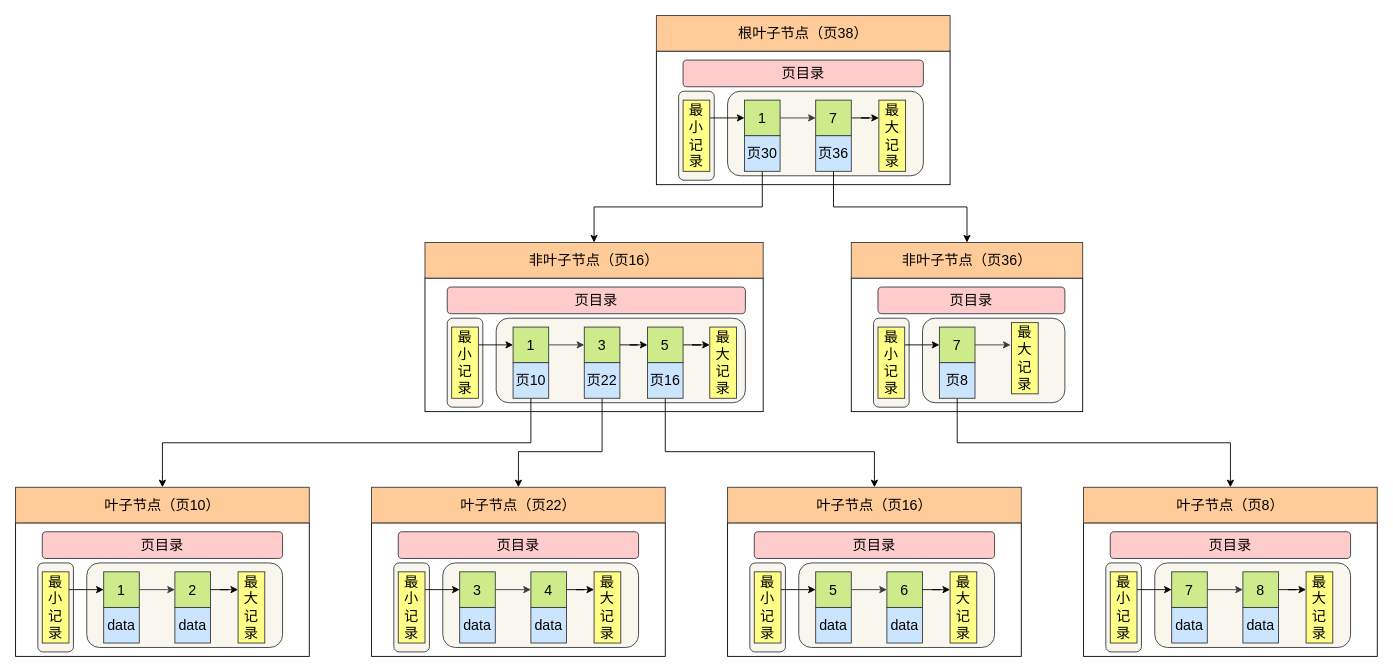
Above: mysql/索引/b+树.drawio in xiaolincoder/ImageHost4 (draw.io), before the change. Source tidied: cells renumbered, new cells numbered last; positions are measured from the earlier drawing's top-left corner, leaving out a move shared by most shapes. Both pictures are drawn from the tidied source at 89%, with x=0, y=0 at pixel (15, 15).
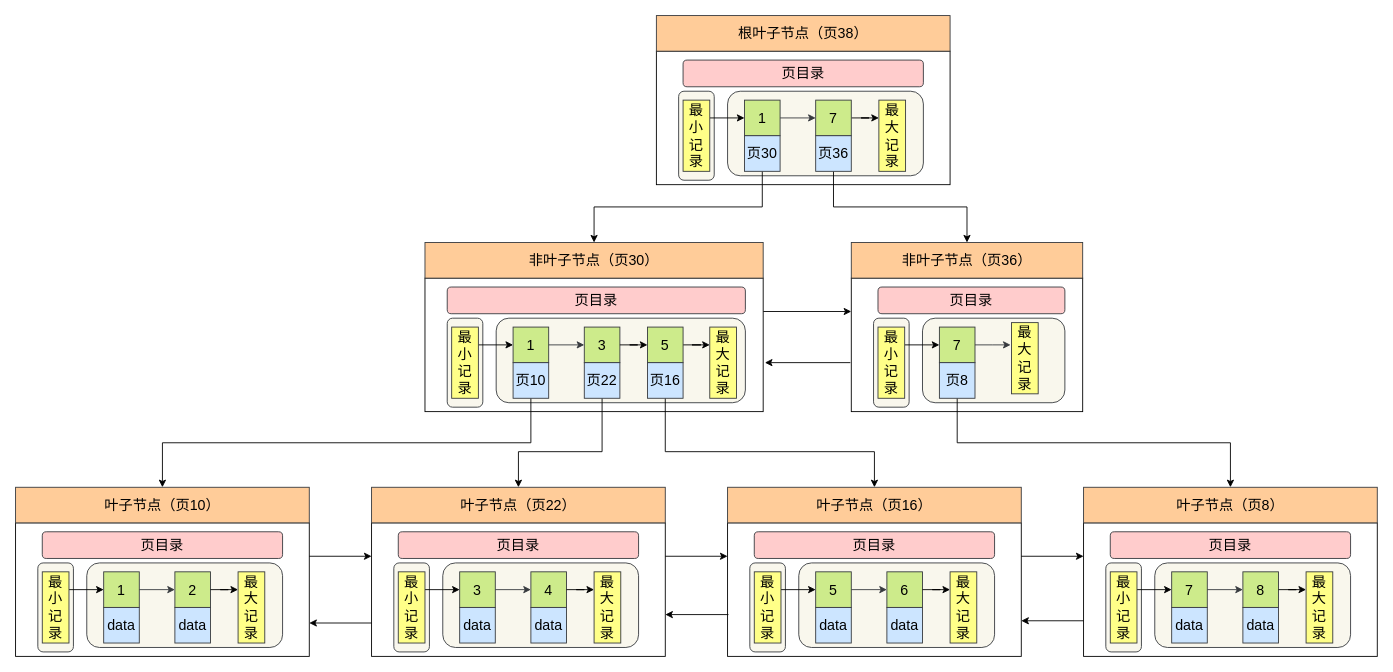
After the change.

Unchanged cells that the change refers to:
```xml
<mxCell id="18" style="rounded=0;whiteSpace=wrap;html=1;fontSize=16;" parent="1" vertex="1">
  <mxGeometry x="939" y="295" width="260" height="150" as="geometry" />
</mxCell>
<mxCell id="30" style="rounded=0;whiteSpace=wrap;html=1;fontSize=16;" parent="1" vertex="1">
  <mxGeometry x="460" y="295" width="380" height="150" as="geometry" />
</mxCell>
<mxCell id="50" style="group;" parent="1" vertex="1">
  <mxGeometry y="530" width="1530" height="190" as="geometry" />
</mxCell>
<mxCell id="52" style="rounded=0;whiteSpace=wrap;html=1;fontSize=16;" parent="51" vertex="1">
  <mxGeometry y="40" width="330" height="150" as="geometry" />
</mxCell>
<mxCell id="67" style="rounded=0;whiteSpace=wrap;html=1;fontSize=16;" parent="66" vertex="1">
  <mxGeometry y="40" width="330" height="150" as="geometry" />
</mxCell>
<mxCell id="82" style="rounded=0;whiteSpace=wrap;html=1;fontSize=16;" parent="81" vertex="1">
  <mxGeometry y="40" width="330" height="150" as="geometry" />
</mxCell>
<mxCell id="97" style="rounded=0;whiteSpace=wrap;html=1;fontSize=16;" parent="96" vertex="1">
  <mxGeometry y="40" width="330" height="150" as="geometry" />
</mxCell>
```

What changed in the source:
```diff
@@
+    <mxCell id="111" style="edgeStyle=orthogonalEdgeStyle;rounded=0;jettySize=auto;html=1;entryX=1.005;entryY=0.633;entryDx=0;entryDy=0;entryPerimeter=0;fontSize=12;exitX=-0.004;exitY=0.633;exitDx=0;exitDy=0;exitPerimeter=0;" parent="1" edge="1" source="18" target="30">
+      <mxGeometry relative="1" as="geometry" />
+    </mxCell>
@@
+    <mxCell id="112" style="edgeStyle=orthogonalEdgeStyle;rounded=0;jettySize=auto;html=1;entryX=0;entryY=0.25;entryDx=0;entryDy=0;fontSize=12;exitX=1;exitY=0.25;exitDx=0;exitDy=0;" parent="1" edge="1" source="30" target="18">
+      <mxGeometry relative="1" as="geometry" />
+    </mxCell>
@@
-    <mxCell id="46" value="非叶子节点（页16）" style="rounded=0;whiteSpace=wrap;html=1;fontSize=16;fillColor=#ffcc99;strokeColor=#36393d;" parent="1" vertex="1">
+    <mxCell id="46" value="非叶子节点（页30）" style="rounded=0;whiteSpace=wrap;html=1;fontSize=16;fillColor=#ffcc99;strokeColor=#36393d;" parent="1" vertex="1">
       <mxGeometry x="460" y="255" width="380" height="40" as="geometry" />
     </mxCell>
@@
+    <mxCell id="113" style="edgeStyle=orthogonalEdgeStyle;rounded=0;jettySize=auto;html=1;exitX=1;exitY=0.25;exitDx=0;exitDy=0;entryX=0;entryY=0.25;entryDx=0;entryDy=0;fontSize=12;" parent="50" edge="1" source="52" target="67">
+      <mxGeometry relative="1" as="geometry" />
+    </mxCell>
+    <mxCell id="114" style="edgeStyle=orthogonalEdgeStyle;rounded=0;jettySize=auto;html=1;entryX=1;entryY=0.75;entryDx=0;entryDy=0;fontSize=12;exitX=0;exitY=0.75;exitDx=0;exitDy=0;" parent="50" edge="1" source="67" target="52">
+      <mxGeometry relative="1" as="geometry" />
+    </mxCell>
+    <mxCell id="115" style="edgeStyle=orthogonalEdgeStyle;rounded=0;jettySize=auto;html=1;entryX=0;entryY=0.25;entryDx=0;entryDy=0;fontSize=12;exitX=1;exitY=0.25;exitDx=0;exitDy=0;" parent="50" edge="1" source="67" target="82">
+      <mxGeometry relative="1" as="geometry" />
+    </mxCell>
+    <mxCell id="116" style="edgeStyle=orthogonalEdgeStyle;rounded=0;jettySize=auto;html=1;entryX=1;entryY=0.687;entryDx=0;entryDy=0;entryPerimeter=0;fontSize=12;exitX=0.003;exitY=0.687;exitDx=0;exitDy=0;exitPerimeter=0;" parent="50" edge="1" source="82" target="67">
+      <mxGeometry relative="1" as="geometry" />
+    </mxCell>
+    <mxCell id="117" style="edgeStyle=orthogonalEdgeStyle;rounded=0;jettySize=auto;html=1;entryX=0;entryY=0.25;entryDx=0;entryDy=0;fontSize=12;exitX=1;exitY=0.25;exitDx=0;exitDy=0;" parent="50" edge="1" source="82" target="97">
+      <mxGeometry relative="1" as="geometry" />
+    </mxCell>
+    <mxCell id="118" style="edgeStyle=orthogonalEdgeStyle;rounded=0;orthogonalLoop=1;jettySize=auto;html=1;fontSize=12;" parent="1" edge="1">
+      <mxGeometry relative="1" as="geometry">
+        <mxPoint x="1200" y="680" as="sourcePoint" />
+        <mxPoint x="1130" y="680" as="targetPoint" />
+      </mxGeometry>
+    </mxCell>
```
